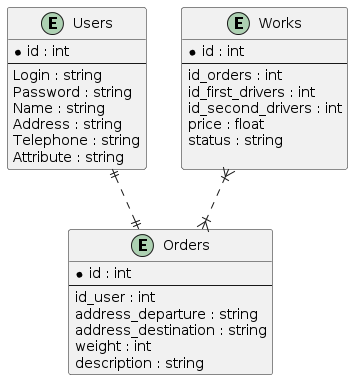
This is Diagramms/ER/rr.png from EXpecky/kursach, a PlantUML export, as it was before one commit.
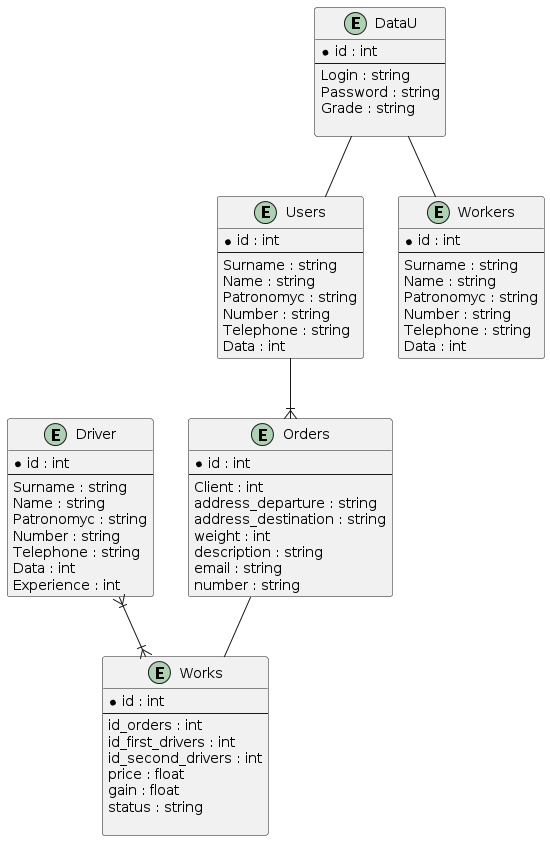
The same file after the commit.

What changed in the source:
```diff
@@ -2,22 +2,24 @@
 entity Users {
   * id : int
   --
-  Login : string
-  Password : string
+  Surname : string
   Name : string
-  Address : string
+  Patronomyc : string
+  Number : string
   Telephone : string
-  Attribute : string
+  Data : int
 }
 
 entity Orders {
   * id : int
   --
-  id_user : int
+  Client : int
   address_departure : string
   address_destination : string
   weight : int
   description : string
+  email : string
+  number : string
 }
 
 entity Works {
@@ -27,9 +29,45 @@
   id_first_drivers : int
   id_second_drivers : int
   price : float
+  gain : float
   status : string
 
 }
-Works }|..|{ Orders
-Users ||..|| Orders
+
+entity DataU {
+  * id : int
+  --
+  Login : string
+  Password : string
+  Grade : string
+
+}
+
+entity Driver {
+   * id : int
+   --
+   Surname : string
+   Name : string
+   Patronomyc : string
+   Number : string
+   Telephone : string
+   Data : int
+   Experience : int
+}
+
+entity Workers {
+  *id : int
+  --
+  Surname : string
+  Name : string
+  Patronomyc : string
+  Number : string
+  Telephone : string
+  Data : int
+}
+DataU -- Workers
+DataU -- Users
+Orders -- Works
+Driver }|--|{ Works
+Users --|{ Orders
 @enduml
```
